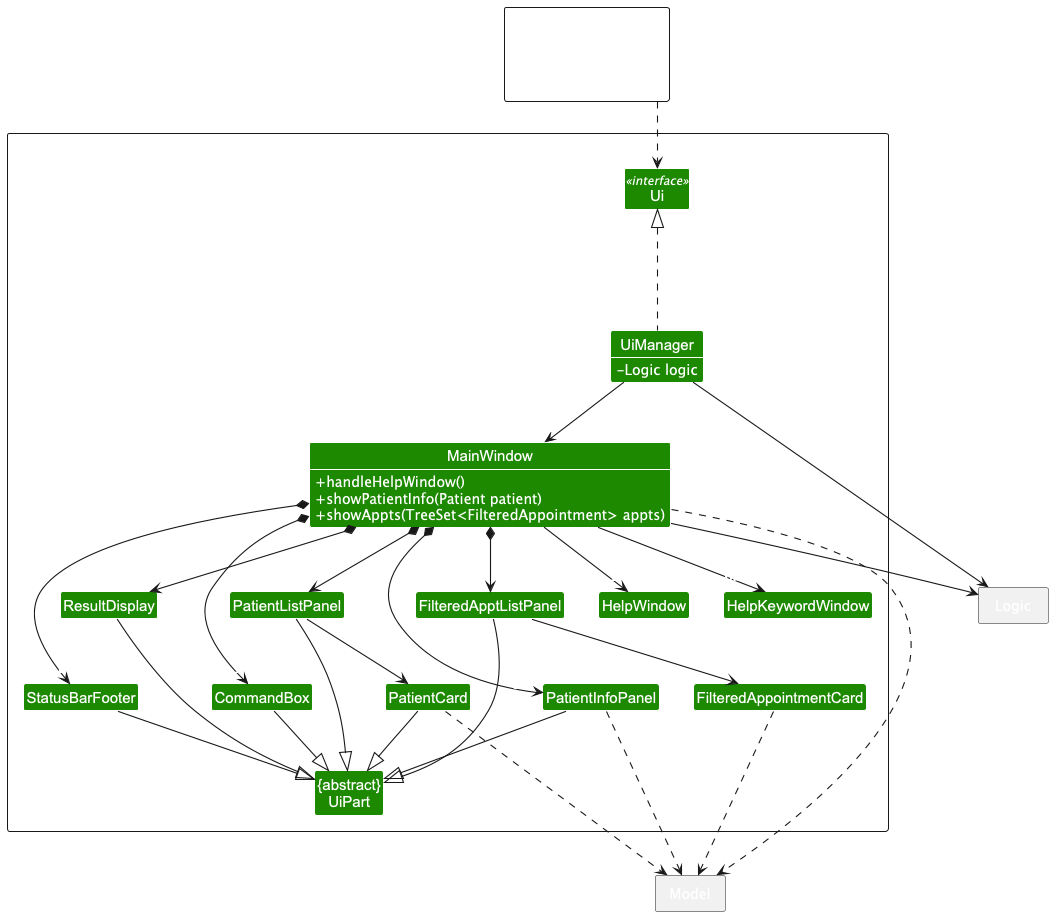
The PlantUML diagram docs/images/UiClassDiagram.png in nus-cs2103-AY2425S1/tp, before a commit.
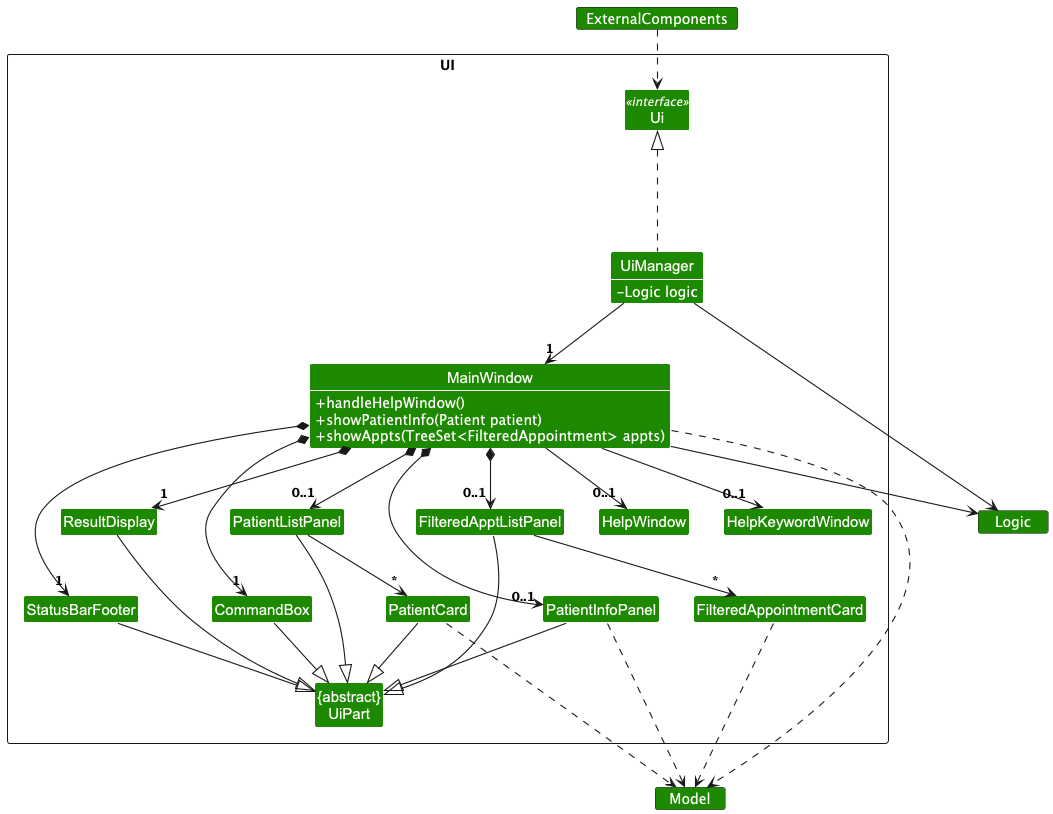
The same diagram one commit later.

Commit message:
Update ui class diagram

Change to the diagram source:
```diff
@@ -5,20 +5,19 @@
 skinparam arrowThickness 1.1
 skinparam classBackgroundColor UI_COLOR
 skinparam classAttributeIconSize 0
-
-skinparam defaultFontColor White
-
+skinparam CardFontColor White
+skinparam CardBackgroundColor UI_COLOR
 package "UI" <<Rectangle>> {
     Class Ui <<interface>>
 
     class UiManager {
-        -Logic logic
+        <color:#FFFFFF>-Logic logic
     }
 
     class MainWindow {
-        +handleHelpWindow()
-        +showPatientInfo(Patient patient)
-        +showAppts(TreeSet<FilteredAppointment> appts)
+        <color:#FFFFFF>+handleHelpWindow()
+        <color:#FFFFFF>+showPatientInfo(Patient patient)
+        <color:#FFFFFF>+showAppts(TreeSet<FilteredAppointment> appts)
     }
 
     Class HelpWindow
@@ -52,16 +51,15 @@
     }
 }
 
-package Model <<Rectangle>> {
-    skinparam classBackgroundColor UI_COLOR
+package Model <<Card>> {
 }
 
-package Logic <<Rectangle>> {
-    skinparam classBackgroundColor UI_COLOR
+package Logic <<Card>> {
+
+
 }
 
-package ExternalComponents <<Rectangle>> {
-   Class HiddenLogic #FFFFFF
+package ExternalComponents <<Card>> {
 }
 
 
```
